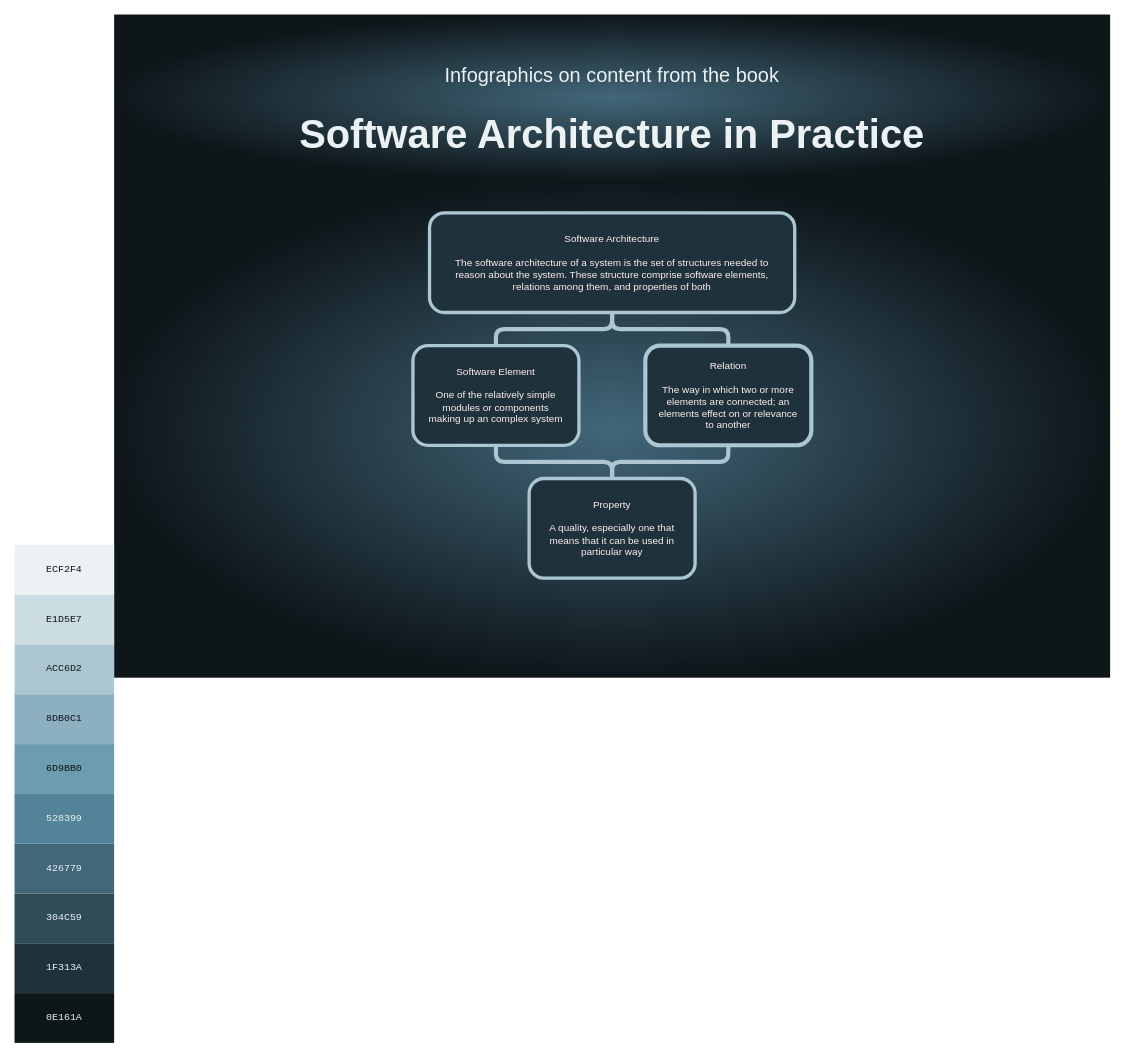
Before: page "Page-1" (1 of 2) of infographics-software-architecture-in-practise-4th-ed.drawio in HenrikSamuelsson/reading-sw-architecture-in-practice-4th, a draw.io diagram. Source tidied: cells renumbered, new cells numbered last; positions are measured from the earlier drawing's top-left corner, leaving out a move shared by most shapes. Both pictures are drawn from the tidied source at 83%, with x=0, y=0 at pixel (14, 14).
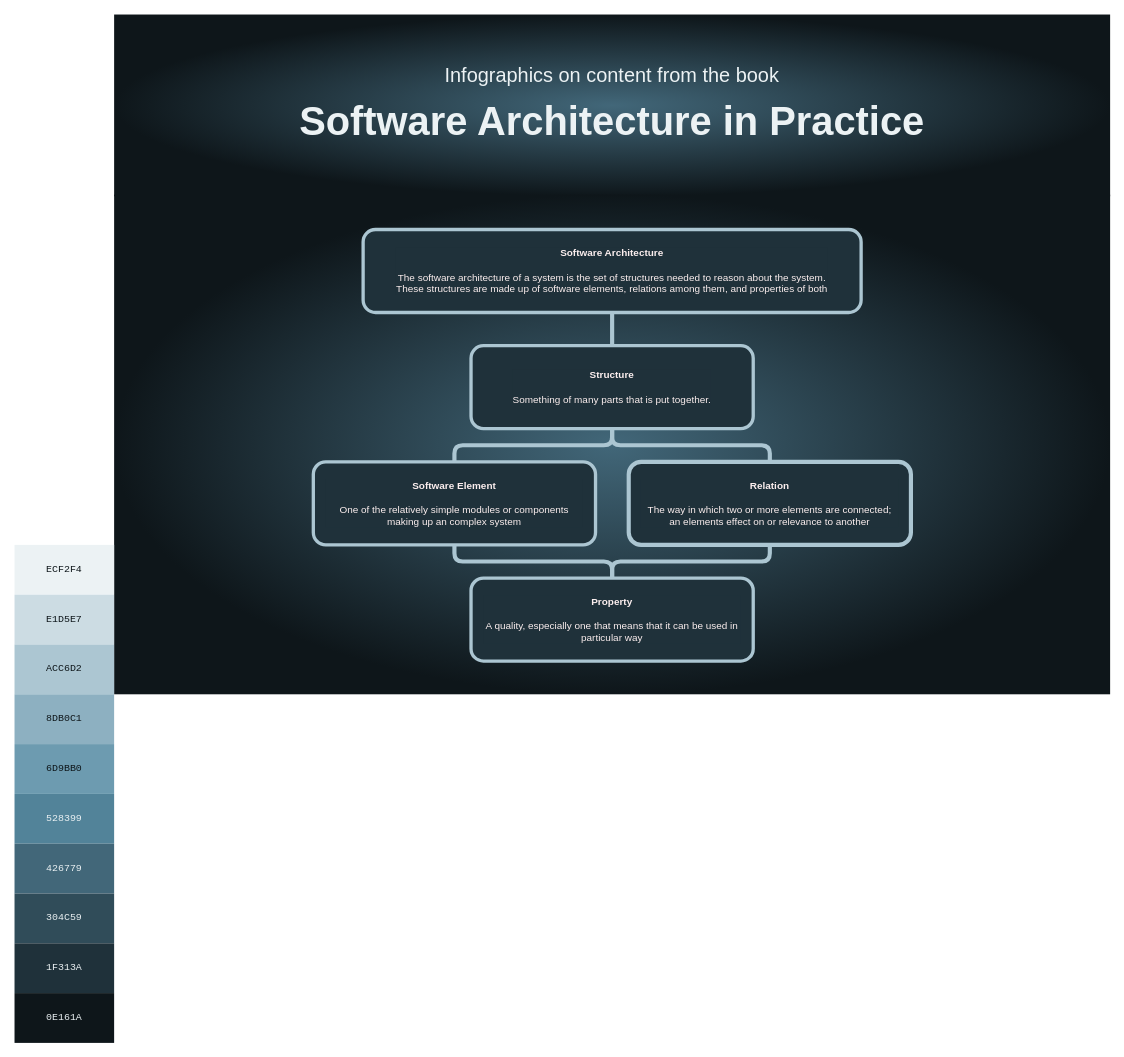
The same diagram, later.

Commit message:
Add definition of structure.

Change to the diagram source:
```diff
@@
     <mxCell id="2" style="rounded=0;whiteSpace=wrap;html=1;fontSize=24;fillColor=#426779;strokeColor=none;gradientColor=#0e161a;gradientDirection=radial;" parent="1" vertex="1">
-      <mxGeometry x="120" width="1200" height="200" as="geometry" />
+      <mxGeometry x="120" width="1200" height="219" as="geometry" />
     </mxCell>
@@
     <mxCell id="4" style="rounded=0;whiteSpace=wrap;html=1;labelBackgroundColor=#1f313a;fontSize=16;fontColor=#FCEFEF;strokeColor=none;gradientColor=#0e161a;fillColor=#426779;gradientDirection=radial;" parent="1" vertex="1">
-      <mxGeometry x="120" y="199" width="1200" height="600" as="geometry" />
+      <mxGeometry x="120" y="217" width="1200" height="602" as="geometry" />
     </mxCell>
@@
     <mxCell id="17" value="&lt;font style=&quot;font-size: 48px;&quot;&gt;&lt;b&gt;Software Architecture in Practice&lt;/b&gt;&lt;/font&gt;" style="text;html=1;strokeColor=none;fillColor=none;align=center;verticalAlign=middle;whiteSpace=wrap;rounded=0;fontSize=16;fontColor=#ecf2f4;" parent="15" vertex="1">
-      <mxGeometry x="120" y="99" width="1200" height="90" as="geometry" />
+      <mxGeometry x="120" y="99" width="1200" height="60" as="geometry" />
     </mxCell>
-    <mxCell id="18" value="&lt;font color=&quot;#fcefef&quot;&gt;Property&lt;br&gt;&lt;br&gt;A quality, especially one that means that it can be used in particular way&lt;br&gt;&lt;/font&gt;" style="rounded=1;whiteSpace=wrap;html=1;labelBackgroundColor=#1f313a;fontColor=#ecf2f4;fillColor=#1f313a;strokeColor=#acc6d2;strokeWidth=4;spacing=16;" parent="15" vertex="1">
-      <mxGeometry x="620" y="559" width="200" height="120" as="geometry" />
+    <mxCell id="18" value="&lt;font color=&quot;#fcefef&quot;&gt;&lt;b&gt;Property&lt;/b&gt;&lt;br&gt;&lt;br&gt;A quality, especially one that means that it can be used in particular way&lt;br&gt;&lt;/font&gt;" style="rounded=1;whiteSpace=wrap;html=1;labelBackgroundColor=#1f313a;fontColor=#ecf2f4;fillColor=#1f313a;strokeColor=#acc6d2;strokeWidth=4;spacing=16;" parent="15" vertex="1">
+      <mxGeometry x="550" y="679" width="340" height="100" as="geometry" />
     </mxCell>
@@
-    <mxCell id="20" value="&lt;font color=&quot;#fcefef&quot;&gt;Software Element&lt;br&gt;&lt;br&gt;One of the relatively simple modules or components making up an complex system&lt;br&gt;&lt;/font&gt;" style="rounded=1;whiteSpace=wrap;html=1;labelBackgroundColor=#1f313a;fontColor=#ecf2f4;fillColor=#1f313a;strokeColor=#acc6d2;strokeWidth=4;spacing=16;" parent="15" vertex="1">
-      <mxGeometry x="480" y="399" width="200" height="120" as="geometry" />
+    <mxCell id="20" value="&lt;font color=&quot;#fcefef&quot;&gt;&lt;b&gt;Software Element&lt;/b&gt;&lt;br&gt;&lt;br&gt;One of the relatively simple modules or components making up an complex system&lt;br&gt;&lt;/font&gt;" style="rounded=1;whiteSpace=wrap;html=1;labelBackgroundColor=#1f313a;fontColor=#ecf2f4;fillColor=#1f313a;strokeColor=#acc6d2;strokeWidth=4;spacing=16;" parent="15" vertex="1">
+      <mxGeometry x="360" y="539" width="340" height="100" as="geometry" />
     </mxCell>
@@
-    <mxCell id="22" value="&lt;font color=&quot;#fcefef&quot;&gt;Relation&lt;br&gt;&lt;br&gt;The way in which two or more elements are connected; an elements effect on or relevance to another&lt;br&gt;&lt;/font&gt;" style="rounded=1;whiteSpace=wrap;html=1;labelBackgroundColor=#1f313a;fontColor=#ecf2f4;fillColor=#1f313a;strokeColor=#acc6d2;strokeWidth=5;spacing=16;" parent="15" vertex="1">
-      <mxGeometry x="760" y="399" width="200" height="120" as="geometry" />
+    <mxCell id="22" value="&lt;font color=&quot;#fcefef&quot;&gt;&lt;b&gt;Relation&lt;/b&gt;&lt;br&gt;&lt;br&gt;The way in which two or more elements are connected; an elements effect on or relevance to another&lt;br&gt;&lt;/font&gt;" style="rounded=1;whiteSpace=wrap;html=1;labelBackgroundColor=#1f313a;fontColor=#ecf2f4;fillColor=#1f313a;strokeColor=#acc6d2;strokeWidth=5;spacing=16;" parent="15" vertex="1">
+      <mxGeometry x="740" y="539" width="340" height="100" as="geometry" />
     </mxCell>
-    <mxCell id="23" style="edgeStyle=orthogonalEdgeStyle;rounded=1;jettySize=auto;html=1;exitX=0.5;exitY=1;exitDx=0;exitDy=0;fontSize=12;fontColor=#acc6d2;entryX=0.5;entryY=0;entryDx=0;entryDy=0;strokeWidth=5;endArrow=none;endFill=0;strokeColor=#acc6d2;" parent="15" edge="1" source="25" target="20">
+    <mxCell id="23" style="edgeStyle=orthogonalEdgeStyle;rounded=1;jettySize=auto;html=1;exitX=0.5;exitY=1;exitDx=0;exitDy=0;fontSize=12;fontColor=#acc6d2;entryX=0.5;entryY=0;entryDx=0;entryDy=0;strokeWidth=5;endArrow=none;endFill=0;strokeColor=#acc6d2;" parent="15" edge="1" source="27" target="20">
       <mxGeometry relative="1" as="geometry" />
     </mxCell>
-    <mxCell id="24" style="edgeStyle=orthogonalEdgeStyle;rounded=1;jettySize=auto;html=1;exitX=0.5;exitY=1;exitDx=0;exitDy=0;entryX=0.5;entryY=0;entryDx=0;entryDy=0;fontSize=12;fontColor=#acc6d2;endArrow=none;endFill=0;strokeWidth=5;strokeColor=#acc6d2;" parent="15" edge="1" source="25" target="22">
+    <mxCell id="24" style="edgeStyle=orthogonalEdgeStyle;rounded=1;jettySize=auto;html=1;exitX=0.5;exitY=1;exitDx=0;exitDy=0;entryX=0.5;entryY=0;entryDx=0;entryDy=0;fontSize=12;fontColor=#acc6d2;endArrow=none;endFill=0;strokeWidth=5;strokeColor=#acc6d2;" parent="15" edge="1" source="27" target="22">
       <mxGeometry relative="1" as="geometry" />
     </mxCell>
+    <mxCell id="26" style="edgeStyle=orthogonalEdgeStyle;rounded=0;jettySize=auto;html=1;exitX=0.5;exitY=1;exitDx=0;exitDy=0;entryX=0.5;entryY=0;entryDx=0;entryDy=0;startArrow=none;startFill=0;endArrow=none;endFill=0;strokeColor=#acc6d2;strokeWidth=5;" parent="15" edge="1" source="25" target="27">
+      <mxGeometry relative="1" as="geometry" />
+    </mxCell>
-    <mxCell id="25" value="&lt;font color=&quot;#fcefef&quot;&gt;Software Architecture&lt;br&gt;&lt;br&gt;The software architecture of a system is the set of structures needed to reason about the system. These structure comprise software elements, relations among them, and properties of both&lt;br&gt;&lt;/font&gt;" style="rounded=1;whiteSpace=wrap;html=1;labelBackgroundColor=#1f313a;fontColor=#ecf2f4;fillColor=#1f313a;strokeColor=#acc6d2;strokeWidth=4;spacing=17;" parent="15" vertex="1">
-      <mxGeometry x="500" y="239" width="440" height="120" as="geometry" />
+    <mxCell id="25" value="&lt;font color=&quot;#fcefef&quot;&gt;&lt;b&gt;Software Architecture&lt;/b&gt;&lt;br&gt;&lt;br&gt;The software architecture of a system is the set of structures needed to reason about the system.&lt;br&gt;These structures are made up of software elements, relations among them, and properties of both&lt;br&gt;&lt;/font&gt;" style="rounded=1;whiteSpace=wrap;html=1;labelBackgroundColor=#1f313a;fontColor=#ecf2f4;fillColor=#1f313a;strokeColor=#acc6d2;strokeWidth=4;spacing=17;" parent="15" vertex="1">
+      <mxGeometry x="420" y="259" width="600" height="100" as="geometry" />
     </mxCell>
+    <mxCell id="27" value="&lt;font color=&quot;#fcefef&quot;&gt;&lt;b&gt;Structure&lt;/b&gt;&lt;br&gt;&lt;br&gt;Something of many parts that is put together.&lt;br&gt;&lt;/font&gt;" style="rounded=1;whiteSpace=wrap;html=1;labelBackgroundColor=#1f313a;fontColor=#ecf2f4;fillColor=#1f313a;strokeColor=#acc6d2;strokeWidth=4;spacing=16;" parent="15" vertex="1">
+      <mxGeometry x="550" y="399" width="340" height="100" as="geometry" />
+    </mxCell>
```
